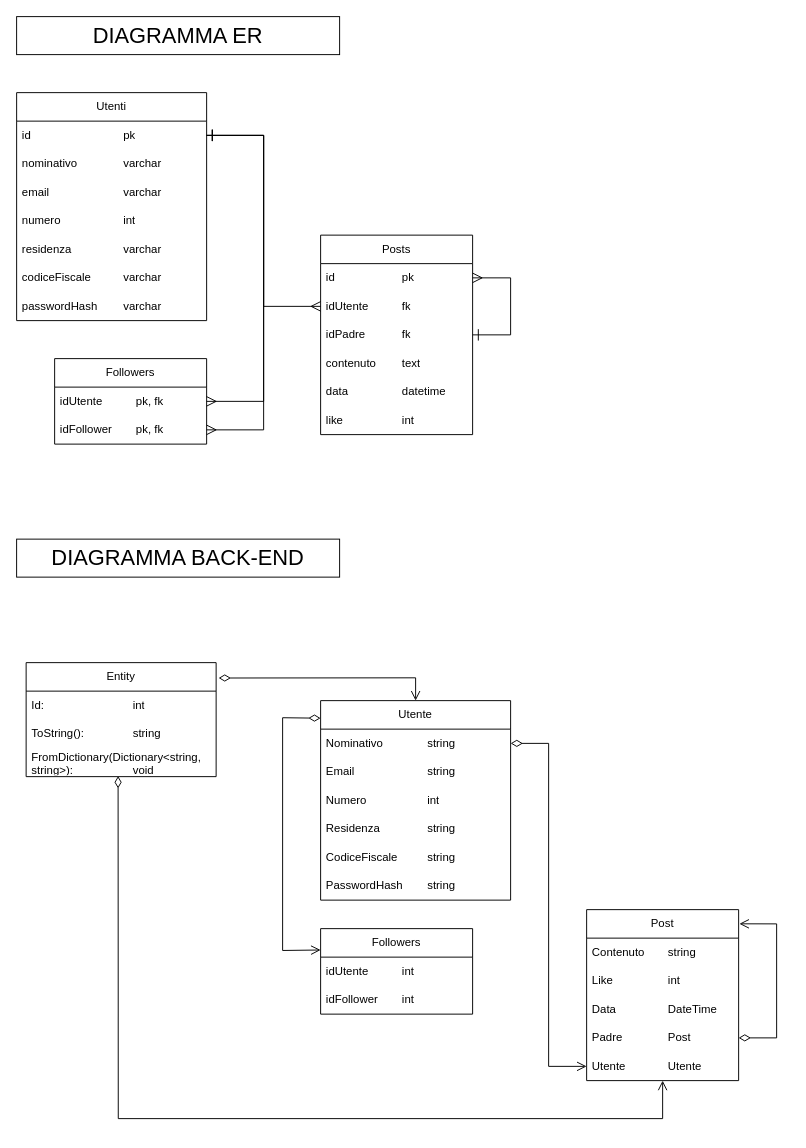
Before: Diagrammi.drawio in Lotryas/SocialGruppo4, a draw.io diagram. Source tidied: cells renumbered, new cells numbered last; positions are measured from the earlier drawing's top-left corner, leaving out a move shared by most shapes. Both pictures are drawn from the tidied source at 95%, with x=0, y=0 at pixel (16, 16).
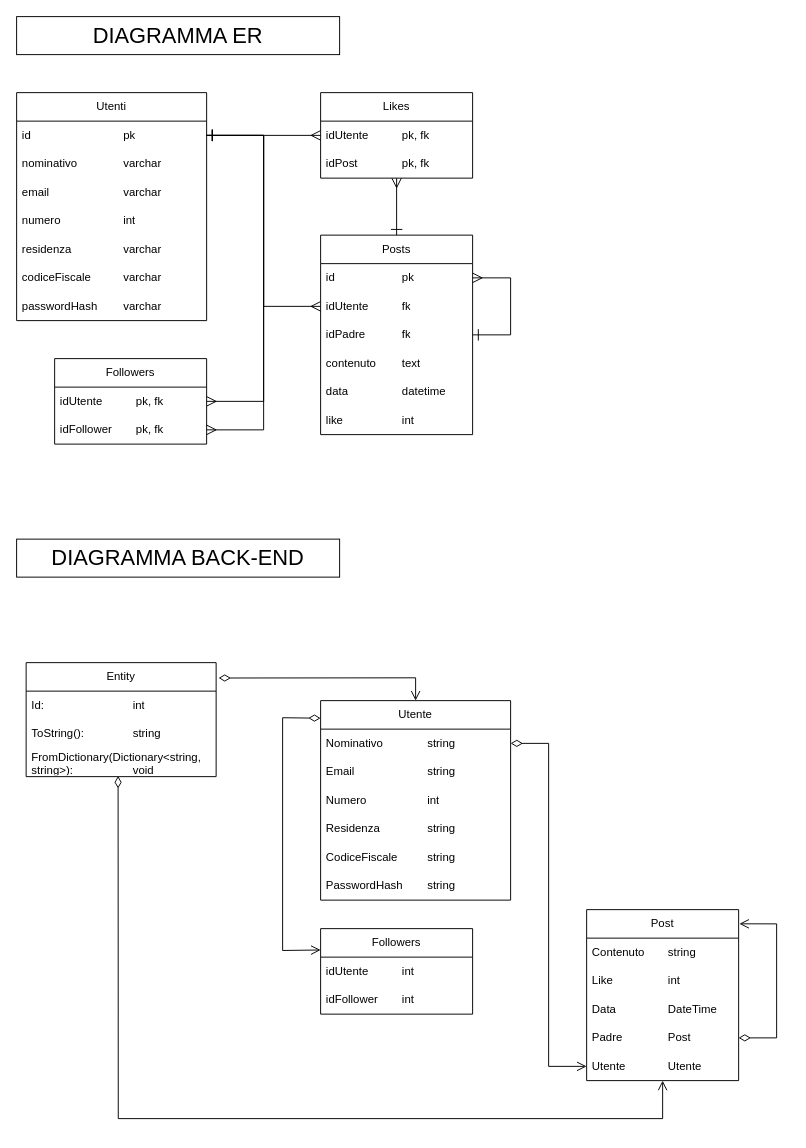
After the change.

Commit message:
Aggiunta tabella Likes

The change refers to these unchanged cells:
```xml
<mxCell id="3" value="id&lt;span style=&quot;white-space: pre;&quot;&gt;&#9;&lt;span style=&quot;white-space: pre;&quot;&gt;&#9;&lt;/span&gt;&lt;span style=&quot;white-space: pre;&quot;&gt;&#9;&lt;span style=&quot;white-space: pre;&quot;&gt;&#9;&lt;/span&gt;&lt;/span&gt;&lt;/span&gt;pk" style="text;strokeColor=none;fillColor=none;align=left;verticalAlign=middle;spacingLeft=4;spacingRight=4;overflow=hidden;points=[[0,0.5],[1,0.5]];portConstraint=eastwest;whiteSpace=wrap;html=1;" parent="2" vertex="1">
  <mxGeometry y="30" width="200" height="30" as="geometry" />
</mxCell>
<mxCell id="10" value="Posts" style="swimlane;fontStyle=0;horizontal=1;startSize=30;whiteSpace=wrap;html=1;" parent="1" vertex="1">
  <mxGeometry x="320" y="230" width="160" height="210" as="geometry" />
</mxCell>
```

Diff of the diagram source:
```diff
@@
+    <mxCell id="51" value="Likes" style="swimlane;fontStyle=0;horizontal=1;startSize=30;whiteSpace=wrap;html=1;" parent="1" vertex="1">
+      <mxGeometry x="320" y="80" width="160" height="90" as="geometry" />
+    </mxCell>
+    <mxCell id="52" value="idUtente&lt;span style=&quot;white-space: pre;&quot;&gt;&#9;&lt;/span&gt;&lt;span style=&quot;white-space: pre;&quot;&gt;&#9;&lt;/span&gt;pk, fk" style="text;strokeColor=none;fillColor=none;align=left;verticalAlign=middle;spacingLeft=4;spacingRight=4;overflow=hidden;points=[[0,0.5],[1,0.5]];portConstraint=eastwest;whiteSpace=wrap;html=1;" parent="51" vertex="1">
+      <mxGeometry y="30" width="160" height="30" as="geometry" />
+    </mxCell>
+    <mxCell id="53" value="idPost&lt;span style=&quot;white-space: pre;&quot;&gt;&#9;&lt;/span&gt;&amp;nbsp;&amp;nbsp;&amp;nbsp;&amp;nbsp;&amp;nbsp;&amp;nbsp;&amp;nbsp; pk, fk" style="text;strokeColor=none;fillColor=none;align=left;verticalAlign=middle;spacingLeft=4;spacingRight=4;overflow=hidden;whiteSpace=wrap;html=1;" parent="51" vertex="1">
+      <mxGeometry y="60" width="160" height="30" as="geometry" />
+    </mxCell>
+    <mxCell id="54" style="endArrow=ERmany;startArrow=ERone;endFill=0;startFill=0;endSize=8;startSize=10;html=1;rounded=0;exitX=0.5;exitY=0;exitDx=0;exitDy=0;" parent="1" edge="1" source="10">
+      <mxGeometry relative="1" as="geometry">
+        <mxPoint x="400" y="170" as="targetPoint" />
+      </mxGeometry>
+    </mxCell>
+    <mxCell id="55" style="endArrow=ERmany;startArrow=ERone;endFill=0;startFill=0;endSize=8;startSize=10;html=1;rounded=0;exitX=1;exitY=0.5;exitDx=0;exitDy=0;entryX=0;entryY=0.5;entryDx=0;entryDy=0;" parent="1" edge="1" source="3" target="52">
+      <mxGeometry relative="1" as="geometry" />
+    </mxCell>
```
